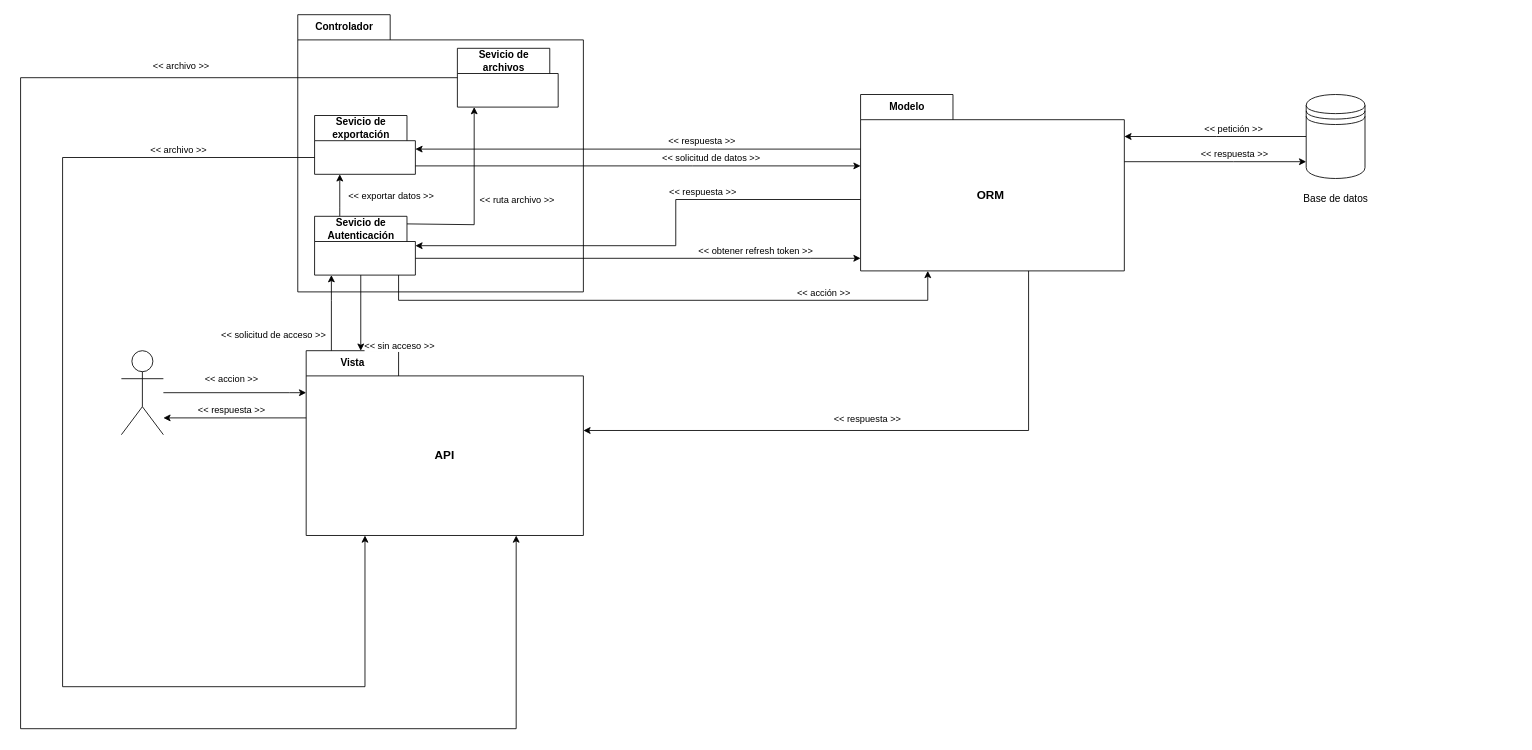
Earlier version of the draw.io diagram diseno/sistema/Arquitectura.drawio (corderop/TFG). Source tidied: cells renumbered, new cells numbered last; positions are measured from the earlier drawing's top-left corner, leaving out a move shared by most shapes. Both pictures are drawn from the tidied source at 84%, with x=0, y=0 at pixel (20, 14).
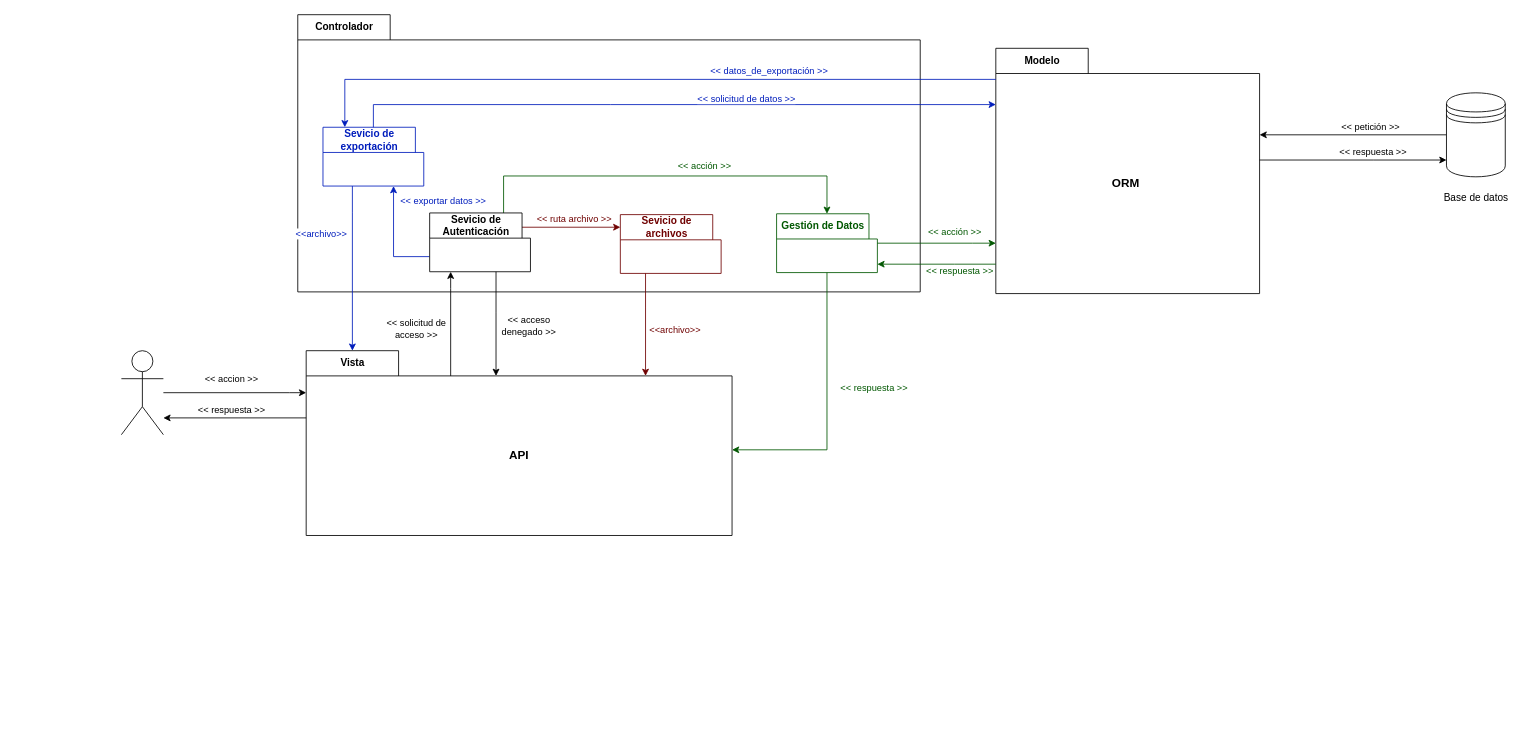
Above is the later version.

Commit message:
diseño: ✨🐛💄 Mejorado el diseño de la arquitectura

What changed in the source:
```diff
@@
     <mxCell id="2" value="Vista" style="shape=folder;fontStyle=1;tabWidth=110;tabHeight=30;tabPosition=left;html=1;boundedLbl=1;labelInHeader=1;" parent="1" vertex="1">
-      <mxGeometry x="340" y="400" width="330" height="220" as="geometry" />
+      <mxGeometry x="340" y="400" width="507" height="220" as="geometry" />
     </mxCell>
     <mxCell id="3" value="&lt;font size=&quot;1&quot;&gt;&lt;b style=&quot;font-size: 14px&quot;&gt;API&lt;/b&gt;&lt;/font&gt;" style="text;html=1;strokeColor=none;fillColor=none;align=center;verticalAlign=middle;whiteSpace=wrap;rounded=0;" parent="2" vertex="1">
-      <mxGeometry y="30" width="330" height="190" as="geometry" />
+      <mxGeometry y="30" width="507" height="190" as="geometry" />
     </mxCell>
@@
     <mxCell id="9" value="Modelo" style="shape=folder;fontStyle=1;tabWidth=110;tabHeight=30;tabPosition=left;html=1;boundedLbl=1;labelInHeader=1;" parent="1" vertex="1">
-      <mxGeometry x="1000" y="95" width="314" height="210" as="geometry" />
+      <mxGeometry x="1161" y="40" width="314" height="292" as="geometry" />
     </mxCell>
     <mxCell id="10" value="&lt;font style=&quot;font-size: 14px&quot;&gt;&lt;b&gt;ORM&lt;/b&gt;&lt;/font&gt;" style="text;html=1;strokeColor=none;fillColor=none;align=center;verticalAlign=middle;whiteSpace=wrap;rounded=0;" parent="9" vertex="1">
-      <mxGeometry y="30" width="310" height="180" as="geometry" />
+      <mxGeometry y="30" width="310" height="262" as="geometry" />
     </mxCell>
     <mxCell id="11" style="edgeStyle=orthogonalEdgeStyle;rounded=0;jettySize=auto;html=1;" parent="1" edge="1" source="13" target="9">
       <mxGeometry relative="1" as="geometry">
         <Array as="points">
-          <mxPoint x="1424" y="145" />
-          <mxPoint x="1424" y="145" />
+          <mxPoint x="1591" y="143" />
+          <mxPoint x="1591" y="143" />
         </Array>
       </mxGeometry>
     </mxCell>
@@
     <mxCell id="13" style="shape=datastore;whiteSpace=wrap;html=1;" parent="1" vertex="1">
-      <mxGeometry x="1530.5" y="95" width="70" height="100" as="geometry" />
+      <mxGeometry x="1697.5" y="93" width="70" height="100" as="geometry" />
     </mxCell>
     <mxCell id="14" style="edgeStyle=orthogonalEdgeStyle;rounded=0;jettySize=auto;html=1;" parent="1" edge="1" source="9" target="13">
       <mxGeometry relative="1" as="geometry">
         <Array as="points">
-          <mxPoint x="1444" y="175" />
-          <mxPoint x="1444" y="175" />
+          <mxPoint x="1611" y="173" />
+          <mxPoint x="1611" y="173" />
         </Array>
       </mxGeometry>
     </mxCell>
@@
     <mxCell id="16" value="Base de datos" style="text;html=1;strokeColor=none;fillColor=none;align=center;verticalAlign=middle;whiteSpace=wrap;rounded=0;" parent="1" vertex="1">
-      <mxGeometry x="1515.5" y="210" width="100" height="20" as="geometry" />
+      <mxGeometry x="1682.5" y="208" width="100" height="20" as="geometry" />
     </mxCell>
     <mxCell id="17" value="Controlador" style="shape=folder;fontStyle=1;tabWidth=110;tabHeight=30;tabPosition=left;html=1;boundedLbl=1;labelInHeader=1;" parent="1" vertex="1">
-      <mxGeometry x="330" width="340" height="330" as="geometry" />
+      <mxGeometry x="330" width="741" height="330" as="geometry" />
     </mxCell>
-    <mxCell id="18" style="edgeStyle=orthogonalEdgeStyle;rounded=0;jettySize=auto;html=1;" parent="17" edge="1" source="22" target="23">
+    <mxCell id="18" style="edgeStyle=orthogonalEdgeStyle;rounded=0;jettySize=auto;html=1;fillColor=#0050ef;strokeColor=#001DBC;" parent="17" edge="1" source="22" target="23">
       <mxGeometry relative="1" as="geometry">
         <Array as="points">
-          <mxPoint x="50" y="230" />
-          <mxPoint x="50" y="230" />
+          <mxPoint x="114" y="288" />
         </Array>
       </mxGeometry>
     </mxCell>
-    <mxCell id="19" value="&amp;lt;&amp;lt; exportar datos &amp;gt;&amp;gt;" style="edgeLabel;html=1;align=center;verticalAlign=middle;" parent="18" vertex="1">
+    <mxCell id="19" value="&amp;lt;&amp;lt; exportar datos &amp;gt;&amp;gt;" style="edgeLabel;html=1;align=center;verticalAlign=middle;fontColor=#001DBC;" parent="18" vertex="1">
       <mxGeometry x="-0.22" relative="1" as="geometry">
-        <mxPoint x="60" y="-5" as="offset" />
+        <mxPoint x="58" y="-60" as="offset" />
       </mxGeometry>
     </mxCell>
-    <mxCell id="20" style="edgeStyle=orthogonalEdgeStyle;rounded=0;jettySize=auto;html=1;exitX=0.908;exitY=0.129;exitDx=0;exitDy=0;exitPerimeter=0;" parent="17" edge="1" source="22" target="24">
+    <mxCell id="20" style="edgeStyle=orthogonalEdgeStyle;rounded=0;jettySize=auto;html=1;exitX=0.908;exitY=0.129;exitDx=0;exitDy=0;exitPerimeter=0;fillColor=#a20025;strokeColor=#6F0000;" parent="17" edge="1" source="22" target="24">
       <mxGeometry relative="1" as="geometry">
         <Array as="points">
-          <mxPoint x="210" y="250" />
+          <mxPoint x="266" y="253" />
         </Array>
       </mxGeometry>
     </mxCell>
-    <mxCell id="21" value="&amp;lt;&amp;lt; ruta archivo &amp;gt;&amp;gt;" style="edgeLabel;html=1;align=center;verticalAlign=middle;" parent="20" vertex="1">
+    <mxCell id="21" value="&amp;lt;&amp;lt; ruta archivo &amp;gt;&amp;gt;" style="edgeLabel;html=1;align=center;verticalAlign=middle;fontColor=#6F0000;" parent="20" vertex="1">
       <mxGeometry x="0.68" y="-1" relative="1" as="geometry">
-        <mxPoint x="49" y="75" as="offset" />
+        <mxPoint x="-36" y="-12" as="offset" />
       </mxGeometry>
     </mxCell>
+    <mxCell id="45" style="edgeStyle=orthogonalEdgeStyle;rounded=0;jettySize=auto;html=1;strokeColor=#005700;fontColor=#001DBC;fillColor=#008a00;" parent="17" edge="1" source="22" target="47">
+      <mxGeometry relative="1" as="geometry">
+        <Array as="points">
+          <mxPoint x="245" y="192" />
+          <mxPoint x="630" y="192" />
+        </Array>
+      </mxGeometry>
+    </mxCell>
+    <mxCell id="46" value="&amp;lt;&amp;lt; acción &amp;gt;&amp;gt;" style="edgeLabel;html=1;align=center;verticalAlign=middle;fontColor=#005700;" parent="45" vertex="1">
+      <mxGeometry x="0.76" y="-4" relative="1" as="geometry">
+        <mxPoint x="-135" y="-17" as="offset" />
+      </mxGeometry>
+    </mxCell>
     <mxCell id="22" value="&lt;div&gt;Sevicio de &lt;br&gt;&lt;/div&gt;&lt;div&gt;Autenticación&lt;br&gt;&lt;/div&gt;" style="shape=folder;fontStyle=1;tabWidth=110;tabHeight=30;tabPosition=left;html=1;boundedLbl=1;labelInHeader=1;" parent="17" vertex="1">
-      <mxGeometry x="20" y="240" width="120" height="70" as="geometry" />
+      <mxGeometry x="157" y="236" width="120" height="70" as="geometry" />
     </mxCell>
-    <mxCell id="23" value="&lt;div&gt;Sevicio de &lt;br&gt;&lt;/div&gt;&lt;div&gt;exportación&lt;/div&gt;" style="shape=folder;fontStyle=1;tabWidth=110;tabHeight=30;tabPosition=left;html=1;boundedLbl=1;labelInHeader=1;" parent="17" vertex="1">
-      <mxGeometry x="20" y="120" width="120" height="70" as="geometry" />
+    <mxCell id="23" value="&lt;div&gt;&lt;font color=&quot;#001dbc&quot;&gt;Sevicio de &lt;br&gt;&lt;/font&gt;&lt;/div&gt;&lt;div&gt;&lt;font color=&quot;#001dbc&quot;&gt;exportación&lt;/font&gt;&lt;/div&gt;" style="shape=folder;fontStyle=1;tabWidth=110;tabHeight=30;tabPosition=left;html=1;boundedLbl=1;labelInHeader=1;strokeColor=#001DBC;fontColor=#ffffff;fillColor=none;" parent="17" vertex="1">
+      <mxGeometry x="30" y="134" width="120" height="70" as="geometry" />
     </mxCell>
-    <mxCell id="24" value="&lt;div&gt;Sevicio de &lt;br&gt;&lt;/div&gt;archivos" style="shape=folder;fontStyle=1;tabWidth=110;tabHeight=30;tabPosition=left;html=1;boundedLbl=1;labelInHeader=1;" parent="17" vertex="1">
-      <mxGeometry x="190" y="40" width="120" height="70" as="geometry" />
+    <mxCell id="24" value="&lt;div&gt;&lt;font color=&quot;#6f0000&quot;&gt;Sevicio de &lt;br&gt;&lt;/font&gt;&lt;/div&gt;&lt;font color=&quot;#6f0000&quot;&gt;archivos&lt;/font&gt;" style="shape=folder;fontStyle=1;tabWidth=110;tabHeight=30;tabPosition=left;html=1;boundedLbl=1;labelInHeader=1;strokeColor=#6F0000;fontColor=#ffffff;fillColor=none;" parent="17" vertex="1">
+      <mxGeometry x="384" y="238" width="120" height="70" as="geometry" />
     </mxCell>
+    <mxCell id="47" value="&lt;font color=&quot;#005700&quot;&gt;Gestión de Datos&lt;/font&gt;" style="shape=folder;fontStyle=1;tabWidth=110;tabHeight=30;tabPosition=left;html=1;boundedLbl=1;labelInHeader=1;fontColor=#ffffff;fillColor=none;strokeColor=#005700;" parent="17" vertex="1">
+      <mxGeometry x="570" y="237" width="120" height="70" as="geometry" />
+    </mxCell>
-    <mxCell id="25" style="edgeStyle=orthogonalEdgeStyle;rounded=0;jettySize=auto;html=1;" parent="1" edge="1" source="22">
+    <mxCell id="25" style="edgeStyle=orthogonalEdgeStyle;rounded=0;jettySize=auto;html=1;" parent="1" edge="1" source="22" target="3">
       <mxGeometry relative="1" as="geometry">
-        <mxPoint x="405" y="400" as="targetPoint" />
         <Array as="points">
-          <mxPoint x="405" y="280" />
-          <mxPoint x="405" y="280" />
+          <mxPoint x="566" y="355" />
+          <mxPoint x="566" y="355" />
         </Array>
       </mxGeometry>
     </mxCell>
-    <mxCell id="26" value="&amp;lt;&amp;lt; sin acceso &amp;gt;&amp;gt;" style="edgeLabel;html=1;align=center;verticalAlign=middle;" parent="25" vertex="1">
+    <mxCell id="26" value="&amp;lt;&amp;lt; acceso&lt;br&gt;denegado &amp;gt;&amp;gt;" style="edgeLabel;html=1;align=center;verticalAlign=middle;" parent="25" vertex="1">
       <mxGeometry x="0.19" y="2" relative="1" as="geometry">
-        <mxPoint x="43" y="30.6" as="offset" />
+        <mxPoint x="36" y="-10" as="offset" />
       </mxGeometry>
     </mxCell>
-    <mxCell id="27" style="edgeStyle=orthogonalEdgeStyle;rounded=0;jettySize=auto;html=1;" parent="1" edge="1" source="2" target="22">
+    <mxCell id="27" style="edgeStyle=orthogonalEdgeStyle;rounded=0;jettySize=auto;html=1;" parent="1" edge="1" source="3" target="22">
       <mxGeometry relative="1" as="geometry">
         <Array as="points">
-          <mxPoint x="370" y="340" />
-          <mxPoint x="370" y="340" />
+          <mxPoint x="512" y="326" />
+          <mxPoint x="512" y="326" />
         </Array>
       </mxGeometry>
     </mxCell>
-    <mxCell id="28" value="&amp;lt;&amp;lt; solicitud de acceso &amp;gt;&amp;gt;" style="edgeLabel;html=1;align=center;verticalAlign=middle;" parent="27" vertex="1">
+    <mxCell id="28" value="&amp;lt;&amp;lt; solicitud de &lt;br&gt;acceso &amp;gt;&amp;gt;" style="edgeLabel;html=1;align=center;verticalAlign=middle;" parent="27" vertex="1">
       <mxGeometry x="-0.38" y="-2" relative="1" as="geometry">
-        <mxPoint x="-72" y="8.2" as="offset" />
+        <mxPoint x="-44" y="-19" as="offset" />
       </mxGeometry>
     </mxCell>
-    <mxCell id="29" style="edgeStyle=orthogonalEdgeStyle;rounded=0;jettySize=auto;html=1;" parent="1" edge="1" source="22" target="10">
-      <mxGeometry relative="1" as="geometry">
-        <Array as="points">
-          <mxPoint x="450" y="340" />
-          <mxPoint x="1080" y="340" />
-        </Array>
-      </mxGeometry>
-    </mxCell>
-    <mxCell id="30" value="&amp;lt;&amp;lt; acción &amp;gt;&amp;gt;" style="edgeLabel;html=1;align=center;verticalAlign=middle;" parent="29" vertex="1">
-      <mxGeometry x="0.34" y="3" relative="1" as="geometry">
-        <mxPoint x="69" y="-7" as="offset" />
-      </mxGeometry>
-    </mxCell>
-    <mxCell id="31" style="edgeStyle=orthogonalEdgeStyle;rounded=0;jettySize=auto;html=1;" parent="1" edge="1" source="10" target="2">
-      <mxGeometry relative="1" as="geometry">
-        <Array as="points">
-          <mxPoint x="1200" y="495" />
-        </Array>
-      </mxGeometry>
-    </mxCell>
-    <mxCell id="32" value="&lt;div&gt;&amp;lt;&amp;lt; respuesta &amp;gt;&amp;gt;&lt;/div&gt;" style="edgeLabel;html=1;align=center;verticalAlign=middle;" parent="31" vertex="1">
-      <mxGeometry x="0.15" y="-1" relative="1" as="geometry">
-        <mxPoint x="31" y="-14" as="offset" />
-      </mxGeometry>
-    </mxCell>
-    <mxCell id="33" style="edgeStyle=orthogonalEdgeStyle;rounded=0;jettySize=auto;html=1;" parent="1" edge="1" source="22" target="9">
-      <mxGeometry relative="1" as="geometry">
-        <Array as="points">
-          <mxPoint x="940" y="290" />
-          <mxPoint x="940" y="290" />
-        </Array>
-      </mxGeometry>
-    </mxCell>
-    <mxCell id="34" value="&amp;lt;&amp;lt; obtener refresh token &amp;gt;&amp;gt;" style="edgeLabel;html=1;align=center;verticalAlign=middle;" parent="33" vertex="1">
-      <mxGeometry x="0.73" relative="1" as="geometry">
-        <mxPoint x="-54" y="-10" as="offset" />
-      </mxGeometry>
-    </mxCell>
-    <mxCell id="35" style="edgeStyle=orthogonalEdgeStyle;rounded=0;jettySize=auto;html=1;" parent="1" edge="1" source="9" target="22">
-      <mxGeometry relative="1" as="geometry">
-        <Array as="points">
-          <mxPoint x="780" y="220" />
-          <mxPoint x="780" y="275" />
-        </Array>
-      </mxGeometry>
-    </mxCell>
-    <mxCell id="36" value="&amp;lt;&amp;lt; respuesta &amp;gt;&amp;gt;" style="edgeLabel;html=1;align=center;verticalAlign=middle;" parent="35" vertex="1">
-      <mxGeometry x="-0.67" y="-2" relative="1" as="geometry">
-        <mxPoint x="-92" y="-8" as="offset" />
-      </mxGeometry>
-    </mxCell>
+    <mxCell id="38" style="edgeStyle=orthogonalEdgeStyle;rounded=0;jettySize=auto;html=1;fillColor=#0050ef;strokeColor=#001DBC;" parent="1" edge="1" source="23" target="9">
+      <mxGeometry relative="1" as="geometry">
+        <Array as="points">
+          <mxPoint x="702" y="107" />
+          <mxPoint x="702" y="107" />
+        </Array>
+      </mxGeometry>
+    </mxCell>
-    <mxCell id="37" value="&amp;lt;&amp;lt; solicitud de datos &amp;gt;&amp;gt;" style="edgeLabel;html=1;align=center;verticalAlign=middle;" parent="35" vertex="1">
-      <mxGeometry x="-0.67" y="-2" relative="1" as="geometry">
-        <mxPoint x="-82" y="-48" as="offset" />
+    <mxCell id="37" value="&amp;lt;&amp;lt; solicitud de datos &amp;gt;&amp;gt;" style="edgeLabel;html=1;align=center;verticalAlign=middle;fontColor=#001DBC;" parent="38" vertex="1">
+      <mxGeometry x="0.44" y="2" relative="1" as="geometry">
+        <mxPoint x="-83" y="-6" as="offset" />
       </mxGeometry>
     </mxCell>
-    <mxCell id="38" style="edgeStyle=orthogonalEdgeStyle;rounded=0;jettySize=auto;html=1;" parent="1" edge="1" source="23" target="9">
-      <mxGeometry relative="1" as="geometry">
-        <Array as="points">
-          <mxPoint x="800" y="180" />
-          <mxPoint x="800" y="180" />
-        </Array>
-      </mxGeometry>
-    </mxCell>
-    <mxCell id="39" style="edgeStyle=orthogonalEdgeStyle;rounded=0;jettySize=auto;html=1;" parent="1" edge="1" source="9" target="23">
+    <mxCell id="39" style="edgeStyle=orthogonalEdgeStyle;rounded=0;jettySize=auto;html=1;fillColor=#0050ef;strokeColor=#001DBC;" parent="1" edge="1" source="9" target="23">
       <mxGeometry relative="1" as="geometry">
         <Array as="points">
-          <mxPoint x="760" y="160" />
-          <mxPoint x="760" y="160" />
+          <mxPoint x="386" y="77" />
         </Array>
       </mxGeometry>
     </mxCell>
-    <mxCell id="40" value="&amp;lt;&amp;lt; respuesta &amp;gt;&amp;gt;" style="edgeLabel;html=1;align=center;verticalAlign=middle;" parent="39" vertex="1">
+    <mxCell id="40" value="&lt;font color=&quot;#001dbc&quot;&gt;&amp;lt;&amp;lt; datos_de_exportación&amp;nbsp;&amp;gt;&amp;gt;&lt;/font&gt;" style="edgeLabel;html=1;align=center;verticalAlign=middle;" parent="39" vertex="1">
       <mxGeometry x="-0.72" y="-2" relative="1" as="geometry">
-        <mxPoint x="-116" y="-8" as="offset" />
+        <mxPoint x="-155" y="-9" as="offset" />
       </mxGeometry>
     </mxCell>
-    <mxCell id="41" style="edgeStyle=orthogonalEdgeStyle;rounded=0;jettySize=auto;html=1;" parent="1" edge="1" source="23" target="3">
-      <mxGeometry relative="1" as="geometry">
-        <Array as="points">
-          <mxPoint x="50" y="170" />
-          <mxPoint x="50" y="800" />
-          <mxPoint x="410" y="800" />
-        </Array>
-      </mxGeometry>
-    </mxCell>
-    <mxCell id="42" value="&lt;div&gt;&amp;lt;&amp;lt; archivo &amp;gt;&amp;gt;&lt;/div&gt;" style="edgeLabel;html=1;align=center;verticalAlign=middle;" parent="41" vertex="1">
-      <mxGeometry x="-0.89" y="3" relative="1" as="geometry">
-        <mxPoint x="-82" y="-13" as="offset" />
-      </mxGeometry>
-    </mxCell>
-    <mxCell id="43" style="edgeStyle=orthogonalEdgeStyle;rounded=0;jettySize=auto;html=1;" parent="1" edge="1" source="24" target="3">
+    <mxCell id="43" style="edgeStyle=orthogonalEdgeStyle;rounded=0;jettySize=auto;html=1;fillColor=#a20025;strokeColor=#6F0000;" parent="1" edge="1" source="24" target="3">
       <mxGeometry relative="1" as="geometry">
         <Array as="points">
-          <mxPoint y="75" />
-          <mxPoint y="850" />
-          <mxPoint x="590" y="850" />
+          <mxPoint x="744" y="348" />
+          <mxPoint x="744" y="348" />
         </Array>
       </mxGeometry>
     </mxCell>
-    <mxCell id="44" value="&amp;lt;&amp;lt; archivo &amp;gt;&amp;gt;" style="edgeLabel;html=1;align=center;verticalAlign=middle;" parent="43" vertex="1">
-      <mxGeometry x="-0.74" y="4" relative="1" as="geometry">
-        <mxPoint x="-55" y="-19" as="offset" />
-      </mxGeometry>
-    </mxCell>
+    <mxCell id="48" value="&amp;lt;&amp;lt;archivo&amp;gt;&amp;gt;" style="edgeLabel;html=1;align=center;verticalAlign=middle;fontColor=#6F0000;" parent="43" vertex="1">
+      <mxGeometry x="-0.33" y="1" relative="1" as="geometry">
+        <mxPoint x="33" y="26" as="offset" />
+      </mxGeometry>
+    </mxCell>
+    <mxCell id="49" style="edgeStyle=orthogonalEdgeStyle;rounded=0;jettySize=auto;html=1;entryX=0;entryY=0;entryDx=55;entryDy=0;entryPerimeter=0;fillColor=#0050ef;strokeColor=#001DBC;" parent="1" edge="1" source="23" target="2">
+      <mxGeometry relative="1" as="geometry">
+        <Array as="points">
+          <mxPoint x="395" y="235" />
+          <mxPoint x="395" y="235" />
+        </Array>
+      </mxGeometry>
+    </mxCell>
+    <mxCell id="50" value="&amp;lt;&amp;lt;archivo&amp;gt;&amp;gt;" style="edgeLabel;html=1;align=center;verticalAlign=middle;fontColor=#001DBC;" parent="49" vertex="1">
+      <mxGeometry x="0.69" y="2" relative="1" as="geometry">
+        <mxPoint x="-40" y="-110" as="offset" />
+      </mxGeometry>
+    </mxCell>
+    <mxCell id="51" style="edgeStyle=orthogonalEdgeStyle;rounded=0;jettySize=auto;html=1;strokeColor=#005700;fontColor=#005700;fillColor=#008a00;" parent="1" edge="1" source="47" target="10">
+      <mxGeometry relative="1" as="geometry">
+        <Array as="points">
+          <mxPoint x="1133" y="272" />
+          <mxPoint x="1133" y="272" />
+        </Array>
+      </mxGeometry>
+    </mxCell>
+    <mxCell id="52" value="&amp;lt;&amp;lt; acción &amp;gt;&amp;gt;" style="edgeLabel;html=1;align=center;verticalAlign=middle;fontColor=#005700;" parent="51" vertex="1">
+      <mxGeometry x="0.18" y="-1" relative="1" as="geometry">
+        <mxPoint x="8" y="-15" as="offset" />
+      </mxGeometry>
+    </mxCell>
+    <mxCell id="53" style="edgeStyle=orthogonalEdgeStyle;rounded=0;jettySize=auto;html=1;strokeColor=#005700;fontColor=#005700;fillColor=#008a00;" parent="1" edge="1" source="10" target="47">
+      <mxGeometry relative="1" as="geometry">
+        <Array as="points">
+          <mxPoint x="1112" y="297" />
+          <mxPoint x="1112" y="297" />
+        </Array>
+      </mxGeometry>
+    </mxCell>
+    <mxCell id="54" value="&amp;lt;&amp;lt; respuesta &amp;gt;&amp;gt;" style="edgeLabel;html=1;align=center;verticalAlign=middle;fontColor=#005700;" parent="53" vertex="1">
+      <mxGeometry x="-0.33" relative="1" as="geometry">
+        <mxPoint x="3" y="7" as="offset" />
+      </mxGeometry>
+    </mxCell>
+    <mxCell id="55" style="edgeStyle=orthogonalEdgeStyle;rounded=0;jettySize=auto;html=1;strokeColor=#005700;fontColor=#005700;fillColor=#008a00;" parent="1" edge="1" source="47" target="3">
+      <mxGeometry relative="1" as="geometry">
+        <Array as="points">
+          <mxPoint x="960" y="518" />
+        </Array>
+      </mxGeometry>
+    </mxCell>
+    <mxCell id="56" value="&amp;lt;&amp;lt; respuesta &amp;gt;&amp;gt;" style="edgeLabel;html=1;align=center;verticalAlign=middle;fontColor=#005700;" parent="55" vertex="1">
+      <mxGeometry x="-0.45" relative="1" as="geometry">
+        <mxPoint x="55" y="48" as="offset" />
+      </mxGeometry>
+    </mxCell>
```
